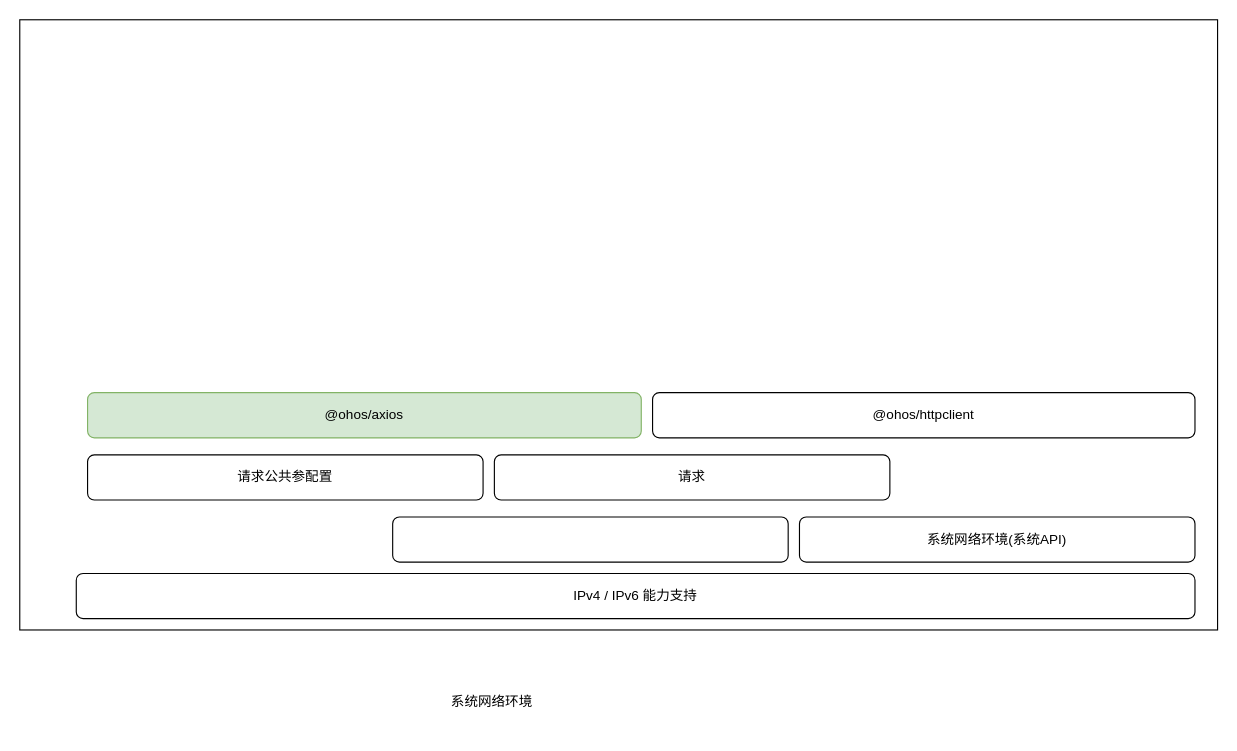
ireneAi/ireneAi.github.io keeps this draw.io diagram as net.drawio. Above is the earlier version. Source tidied: cells renumbered, new cells numbered last; positions are measured from the earlier drawing's top-left corner, leaving out a move shared by most shapes. Both pictures are drawn from the tidied source at 113%, with x=0, y=0 at pixel (19, 19).
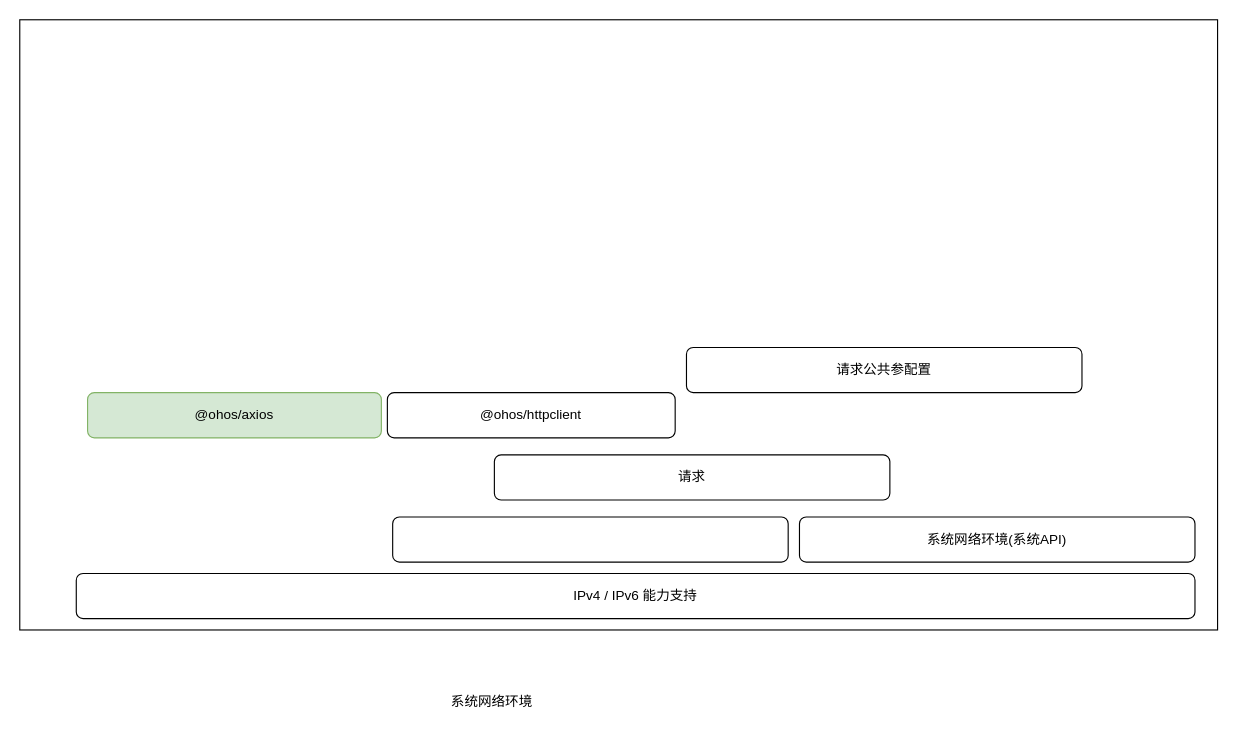
Above is the later version.

What changed in the source:
```diff
@@
 <mxGraphModel>
   <root>
     <mxCell id="0" />
     <mxCell id="1" parent="0" />
     <mxCell id="2" style="rounded=0;whiteSpace=wrap;html=1;" parent="1" vertex="1">
       <mxGeometry width="1060" height="540" as="geometry" />
     </mxCell>
     <mxCell id="3" style="rounded=1;whiteSpace=wrap;html=1;" parent="1" vertex="1">
       <mxGeometry x="330" y="440" width="350" height="40" as="geometry" />
     </mxCell>
     <mxCell id="4" value="&lt;span style=&quot;color: rgb(0, 0, 0); font-family: &amp;quot;PingFang SC&amp;quot;, Helvetica, Tahoma, &amp;quot;Hiragino Sans GB&amp;quot;, &amp;quot;Microsoft YaHei&amp;quot;, SimSun, Heiti, sans-serif; font-size: 12px; font-style: normal; font-variant-ligatures: normal; font-variant-caps: normal; font-weight: 400; letter-spacing: normal; orphans: 2; text-align: left; text-indent: 0px; text-transform: none; widows: 2; word-spacing: 0px; -webkit-text-stroke-width: 0px; background-color: rgb(255, 255, 255); text-decoration-thickness: initial; text-decoration-style: initial; text-decoration-color: initial; float: none; display: inline !important;&quot;&gt;系统网络环境&lt;/span&gt;" style="text;whiteSpace=wrap;html=1;" parent="1" vertex="1">
       <mxGeometry x="380" y="590" width="110" height="40" as="geometry" />
     </mxCell>
     <mxCell id="5" value="系统网络环境(系统API)" style="rounded=1;whiteSpace=wrap;html=1;" parent="1" vertex="1">
       <mxGeometry x="690" y="440" width="350" height="40" as="geometry" />
     </mxCell>
     <mxCell id="6" value="IPv4 / IPv6 能力支持" style="rounded=1;whiteSpace=wrap;html=1;" parent="1" vertex="1">
       <mxGeometry x="50" y="490" width="990" height="40" as="geometry" />
     </mxCell>
     <mxCell id="7" value="请求公共参配置" style="rounded=1;whiteSpace=wrap;html=1;" parent="1" vertex="1">
-      <mxGeometry x="60" y="385" width="350" height="40" as="geometry" />
+      <mxGeometry x="590" y="290" width="350" height="40" as="geometry" />
     </mxCell>
     <mxCell id="8" value="请求" style="rounded=1;whiteSpace=wrap;html=1;" parent="1" vertex="1">
       <mxGeometry x="420" y="385" width="350" height="40" as="geometry" />
     </mxCell>
+    <mxCell id="11" style="group;" parent="1" vertex="1">
+      <mxGeometry x="60" y="330" width="520" height="40" as="geometry" />
+    </mxCell>
-    <mxCell id="9" value="&lt;p&gt;@ohos/axios&lt;/p&gt;" style="rounded=1;whiteSpace=wrap;html=1;fillColor=#d5e8d4;strokeColor=#82b366;" parent="1" vertex="1">
-      <mxGeometry x="60" y="330" width="490" height="40" as="geometry" />
+    <mxCell id="9" value="&lt;p&gt;@ohos/axios&lt;/p&gt;" style="rounded=1;whiteSpace=wrap;html=1;fillColor=#d5e8d4;strokeColor=#82b366;" parent="11" vertex="1">
+      <mxGeometry width="260" height="40" as="geometry" />
     </mxCell>
-    <mxCell id="10" value="&lt;p&gt;&lt;/p&gt;&lt;p&gt;@ohos/httpclient&lt;/p&gt;" style="rounded=1;whiteSpace=wrap;html=1;" parent="1" vertex="1">
-      <mxGeometry x="560" y="330" width="480" height="40" as="geometry" />
+    <mxCell id="10" value="&lt;p&gt;&lt;/p&gt;&lt;p&gt;@ohos/httpclient&lt;/p&gt;" style="rounded=1;whiteSpace=wrap;html=1;" parent="11" vertex="1">
+      <mxGeometry x="265.3" width="254.7" height="40" as="geometry" />
     </mxCell>
   </root>
 </mxGraphModel>
```
